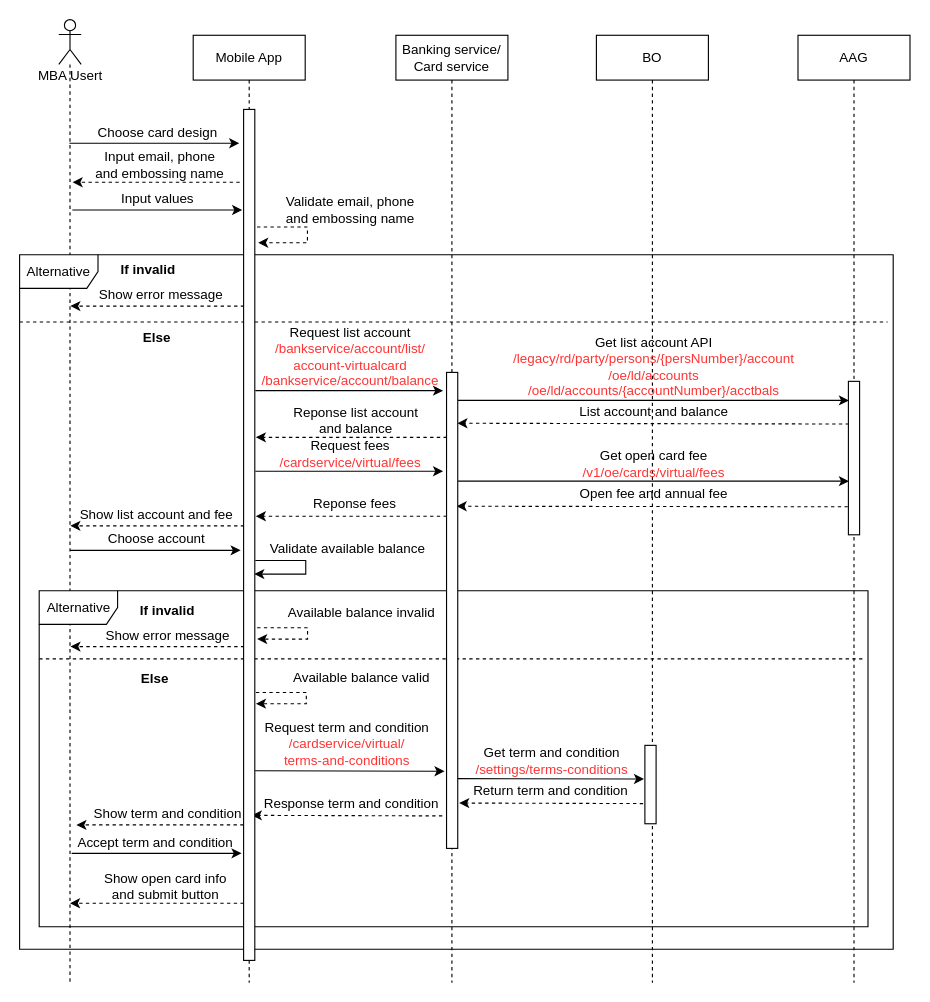
Before: page "Open-card-user-info" (3 of 15) of Sequence Diagram.drawio in lyminh1994/diagram, a draw.io diagram. Source tidied: cells renumbered, new cells numbered last; positions are measured from the earlier drawing's top-left corner, leaving out a move shared by most shapes. Both pictures are drawn from the tidied source at 112%, with x=0, y=0 at pixel (19, 19).
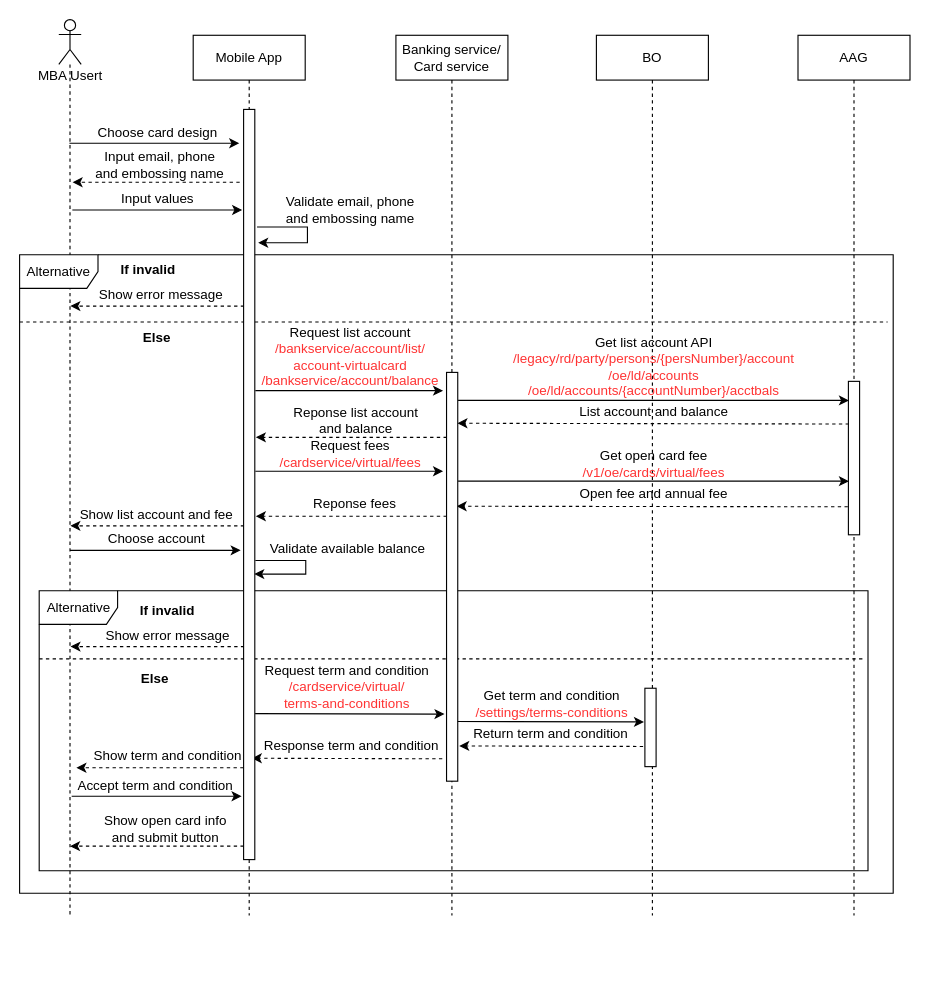
The same page after the edit.

What changed in the source:
```diff
@@
     <mxCell id="2" value="MBA Usert" style="shape=umlLifeline;participant=umlActor;perimeter=lifelinePerimeter;html=1;verticalAlign=top;spacingTop=36;strokeColor=#000000;strokeWidth=1;fillColor=none;size=40;" parent="1" vertex="1">
-      <mxGeometry x="35" width="20" height="860" as="geometry" />
+      <mxGeometry x="35" width="20" height="800" as="geometry" />
     </mxCell>
     <mxCell id="3" value="&lt;span&gt;Mobile App&lt;/span&gt;" style="shape=umlLifeline;perimeter=lifelinePerimeter;whiteSpace=wrap;html=1;rounded=0;shadow=0;strokeColor=#000000;strokeWidth=1;fillColor=none;verticalAlign=middle;" parent="1" vertex="1">
-      <mxGeometry x="155" y="14" width="100" height="846" as="geometry" />
+      <mxGeometry x="155" y="14" width="100" height="786" as="geometry" />
     </mxCell>
     <mxCell id="4" value="&lt;span&gt;Banking service/&lt;br&gt;Card service&lt;/span&gt;" style="shape=umlLifeline;perimeter=lifelinePerimeter;whiteSpace=wrap;html=1;rounded=0;shadow=0;strokeColor=#000000;strokeWidth=1;fillColor=none;verticalAlign=middle;" parent="1" vertex="1">
-      <mxGeometry x="336" y="14" width="100" height="846" as="geometry" />
+      <mxGeometry x="336" y="14" width="100" height="786" as="geometry" />
     </mxCell>
     <mxCell id="5" value="&lt;span&gt;AAG&lt;/span&gt;" style="shape=umlLifeline;perimeter=lifelinePerimeter;whiteSpace=wrap;html=1;rounded=0;shadow=0;strokeColor=#000000;strokeWidth=1;fillColor=none;verticalAlign=middle;" parent="1" vertex="1">
-      <mxGeometry x="695" y="14" width="100" height="846" as="geometry" />
+      <mxGeometry x="695" y="14" width="100" height="786" as="geometry" />
     </mxCell>
     <mxCell id="6" value="BO" style="shape=umlLifeline;perimeter=lifelinePerimeter;whiteSpace=wrap;html=1;" parent="1" vertex="1">
-      <mxGeometry x="515" y="14" width="100" height="846" as="geometry" />
+      <mxGeometry x="515" y="14" width="100" height="786" as="geometry" />
     </mxCell>
@@
-    <mxCell id="12" style="edgeStyle=orthogonalEdgeStyle;rounded=0;orthogonalLoop=1;jettySize=auto;html=1;dashed=1;" parent="1" edge="1">
+    <mxCell id="12" style="edgeStyle=orthogonalEdgeStyle;rounded=0;orthogonalLoop=1;jettySize=auto;html=1;" parent="1" edge="1">
       <mxGeometry relative="1" as="geometry">
         <mxPoint x="212" y="185.2" as="sourcePoint" />
         <mxPoint x="213" y="199.2" as="targetPoint" />
         <Array as="points">
           <mxPoint x="257" y="185.2" />
           <mxPoint x="257" y="199.2" />
         </Array>
       </mxGeometry>
     </mxCell>
@@
     <mxCell id="15" value="Alternative" style="shape=umlFrame;whiteSpace=wrap;html=1;fontSize=12;verticalAlign=middle;width=70;height=30;" parent="1" vertex="1">
-      <mxGeometry y="210" width="780" height="620" as="geometry" />
+      <mxGeometry y="210" width="780" height="570" as="geometry" />
     </mxCell>
@@
     <mxCell id="43" value="Alternative" style="shape=umlFrame;whiteSpace=wrap;html=1;width=70;height=30;" parent="1" vertex="1">
-      <mxGeometry x="17.5" y="510" width="740" height="300" as="geometry" />
+      <mxGeometry x="17.5" y="510" width="740" height="250" as="geometry" />
     </mxCell>
-    <mxCell id="44" value="Available balance invalid" style="text;html=1;align=center;verticalAlign=middle;strokeColor=none;fontSize=12;" parent="1" vertex="1">
-      <mxGeometry x="230" y="520" width="150" height="20" as="geometry" />
-    </mxCell>
-    <mxCell id="45" value="Available balance valid" style="text;html=1;align=center;verticalAlign=middle;strokeColor=none;fontSize=12;" parent="1" vertex="1">
-      <mxGeometry x="235" y="577.8" width="140" height="20" as="geometry" />
-    </mxCell>
@@
-    <mxCell id="50" style="edgeStyle=orthogonalEdgeStyle;rounded=0;orthogonalLoop=1;jettySize=auto;html=1;entryX=1;entryY=0.364;entryDx=0;entryDy=0;entryPerimeter=0;dashed=1;" parent="1" edge="1">
-      <mxGeometry relative="1" as="geometry">
-        <mxPoint x="212.1" y="543" as="sourcePoint" />
-        <mxPoint x="212.1" y="553.1" as="targetPoint" />
-        <Array as="points">
-          <mxPoint x="257.1" y="543" />
-          <mxPoint x="257.1" y="553" />
-        </Array>
-      </mxGeometry>
-    </mxCell>
-    <mxCell id="51" style="edgeStyle=orthogonalEdgeStyle;rounded=0;orthogonalLoop=1;jettySize=auto;html=1;entryX=1;entryY=0.364;entryDx=0;entryDy=0;entryPerimeter=0;dashed=1;" parent="1" edge="1">
-      <mxGeometry relative="1" as="geometry">
-        <mxPoint x="211" y="600.8" as="sourcePoint" />
-        <mxPoint x="211" y="610.8" as="targetPoint" />
-        <Array as="points">
-          <mxPoint x="256" y="600.8" />
-          <mxPoint x="256" y="610.8" />
-        </Array>
-      </mxGeometry>
-    </mxCell>
@@
     <mxCell id="53" value="Request term and condition&lt;br&gt;&lt;font color=&quot;#ff3333&quot;&gt;/cardservice/virtual/&lt;br&gt;terms-and-conditions&lt;/font&gt;" style="text;html=1;align=center;verticalAlign=middle;strokeColor=none;fontSize=12;" parent="1" vertex="1">
-      <mxGeometry x="212.2" y="622" width="160" height="50" as="geometry" />
+      <mxGeometry x="212.2" y="571" width="160" height="50" as="geometry" />
     </mxCell>
     <mxCell id="54" value="Response term and condition" style="text;html=1;align=center;verticalAlign=middle;strokeColor=none;fontSize=12;" parent="1" vertex="1">
-      <mxGeometry x="211.2" y="690" width="170" height="20" as="geometry" />
+      <mxGeometry x="211.2" y="639" width="170" height="20" as="geometry" />
     </mxCell>
     <mxCell id="55" value="Show open card info&lt;br&gt;and submit button" style="text;html=1;align=center;verticalAlign=middle;strokeColor=none;fontSize=12;" parent="1" vertex="1">
-      <mxGeometry x="70.3" y="759" width="120" height="30" as="geometry" />
+      <mxGeometry x="70.3" y="708" width="120" height="30" as="geometry" />
     </mxCell>
     <mxCell id="56" style="edgeStyle=none;rounded=0;orthogonalLoop=1;jettySize=auto;html=1;fontSize=12;entryX=0;entryY=0.861;entryDx=0;entryDy=0;entryPerimeter=0;" parent="1" edge="1">
       <mxGeometry relative="1" as="geometry">
-        <mxPoint x="210.3" y="670.7" as="sourcePoint" />
-        <mxPoint x="379.4" y="671.1" as="targetPoint" />
+        <mxPoint x="210.3" y="619.7" as="sourcePoint" />
+        <mxPoint x="379.4" y="620.1" as="targetPoint" />
       </mxGeometry>
     </mxCell>
     <mxCell id="57" style="edgeStyle=none;rounded=0;orthogonalLoop=1;jettySize=auto;html=1;dashed=1;fontSize=12;" parent="1" edge="1">
       <mxGeometry relative="1" as="geometry">
-        <mxPoint x="200.2" y="789" as="sourcePoint" />
-        <mxPoint x="45" y="789" as="targetPoint" />
+        <mxPoint x="200.2" y="738" as="sourcePoint" />
+        <mxPoint x="45" y="738" as="targetPoint" />
         <Array as="points">
-          <mxPoint x="185.2" y="789" />
+          <mxPoint x="185.2" y="738" />
         </Array>
       </mxGeometry>
     </mxCell>
     <mxCell id="58" style="edgeStyle=none;rounded=0;orthogonalLoop=1;jettySize=auto;html=1;entryX=0.9;entryY=0.953;entryDx=0;entryDy=0;entryPerimeter=0;dashed=1;fontSize=12;exitX=0;exitY=0.912;exitDx=0;exitDy=0;exitPerimeter=0;" parent="1" edge="1">
       <mxGeometry relative="1" as="geometry">
-        <mxPoint x="377.4" y="711" as="sourcePoint" />
-        <mxPoint x="207.3" y="710.5" as="targetPoint" />
+        <mxPoint x="377.4" y="660" as="sourcePoint" />
+        <mxPoint x="207.3" y="659.5" as="targetPoint" />
       </mxGeometry>
     </mxCell>
     <mxCell id="59" value="Show term and condition" style="text;html=1;align=center;verticalAlign=middle;strokeColor=none;fontSize=12;" parent="1" vertex="1">
-      <mxGeometry x="56.6" y="699" width="150" height="20" as="geometry" />
+      <mxGeometry x="56.6" y="648" width="150" height="20" as="geometry" />
     </mxCell>
     <mxCell id="60" style="edgeStyle=none;rounded=0;orthogonalLoop=1;jettySize=auto;html=1;dashed=1;fontSize=12;" parent="1" edge="1">
       <mxGeometry relative="1" as="geometry">
-        <mxPoint x="206" y="719" as="sourcePoint" />
-        <mxPoint x="50.7" y="719" as="targetPoint" />
+        <mxPoint x="206" y="668" as="sourcePoint" />
+        <mxPoint x="50.7" y="668" as="targetPoint" />
         <Array as="points">
-          <mxPoint x="191" y="719" />
+          <mxPoint x="191" y="668" />
         </Array>
       </mxGeometry>
     </mxCell>
     <mxCell id="61" style="edgeStyle=none;rounded=0;orthogonalLoop=1;jettySize=auto;html=1;entryX=-0.386;entryY=0.666;entryDx=0;entryDy=0;entryPerimeter=0;fontSize=12;" parent="1" edge="1">
       <mxGeometry relative="1" as="geometry">
-        <mxPoint x="46.5" y="744.4" as="sourcePoint" />
-        <mxPoint x="198.2" y="744.4" as="targetPoint" />
+        <mxPoint x="46.5" y="693.4" as="sourcePoint" />
+        <mxPoint x="198.2" y="693.4" as="targetPoint" />
       </mxGeometry>
     </mxCell>
     <mxCell id="62" value="Accept term and condition" style="text;html=1;align=center;verticalAlign=middle;strokeColor=none;fontSize=12;" parent="1" vertex="1">
-      <mxGeometry x="45.6" y="725" width="150" height="20" as="geometry" />
+      <mxGeometry x="45.6" y="674" width="150" height="20" as="geometry" />
     </mxCell>
     <mxCell id="63" value="Get term and condition&lt;br&gt;&lt;font color=&quot;#ff3333&quot;&gt;/settings/terms-conditions&lt;/font&gt;" style="text;html=1;align=center;verticalAlign=middle;strokeColor=none;fontSize=12;" parent="1" vertex="1">
-      <mxGeometry x="400.3" y="647" width="150" height="30" as="geometry" />
+      <mxGeometry x="400.3" y="596" width="150" height="30" as="geometry" />
     </mxCell>
     <mxCell id="64" style="edgeStyle=none;rounded=0;orthogonalLoop=1;jettySize=auto;html=1;fontSize=12;entryX=0;entryY=0.861;entryDx=0;entryDy=0;entryPerimeter=0;" parent="1" edge="1">
       <mxGeometry relative="1" as="geometry">
-        <mxPoint x="388.4" y="677.7" as="sourcePoint" />
-        <mxPoint x="557.5" y="678.1" as="targetPoint" />
+        <mxPoint x="388.4" y="626.7" as="sourcePoint" />
+        <mxPoint x="557.5" y="627.1" as="targetPoint" />
       </mxGeometry>
     </mxCell>
     <mxCell id="65" value="Return term and condition" style="text;html=1;align=center;verticalAlign=middle;strokeColor=none;fontSize=12;" parent="1" vertex="1">
-      <mxGeometry x="399.4" y="679" width="150" height="20" as="geometry" />
+      <mxGeometry x="399.4" y="628" width="150" height="20" as="geometry" />
     </mxCell>
     <mxCell id="66" style="edgeStyle=none;rounded=0;orthogonalLoop=1;jettySize=auto;html=1;entryX=0.9;entryY=0.953;entryDx=0;entryDy=0;entryPerimeter=0;dashed=1;fontSize=12;exitX=0;exitY=0.912;exitDx=0;exitDy=0;exitPerimeter=0;" parent="1" edge="1">
       <mxGeometry relative="1" as="geometry">
-        <mxPoint x="562.7" y="700" as="sourcePoint" />
-        <mxPoint x="392.5" y="699.5" as="targetPoint" />
+        <mxPoint x="562.7" y="649" as="sourcePoint" />
+        <mxPoint x="392.5" y="648.5" as="targetPoint" />
       </mxGeometry>
     </mxCell>
     <mxCell id="67" style="html=1;perimeter=orthogonalPerimeter;" parent="1" vertex="1">
-      <mxGeometry x="200" y="80.2" width="10" height="759.8" as="geometry" />
+      <mxGeometry x="200" y="80.2" width="10" height="669.8" as="geometry" />
     </mxCell>
     <mxCell id="68" style="html=1;perimeter=orthogonalPerimeter;" parent="1" vertex="1">
-      <mxGeometry x="381.2" y="315" width="10" height="425" as="geometry" />
+      <mxGeometry x="381.2" y="315" width="10" height="365" as="geometry" />
     </mxCell>
     <mxCell id="69" style="html=1;perimeter=orthogonalPerimeter;" parent="1" vertex="1">
-      <mxGeometry x="558.3" y="648" width="10" height="70" as="geometry" />
+      <mxGeometry x="558.3" y="597" width="10" height="70" as="geometry" />
     </mxCell>
```
